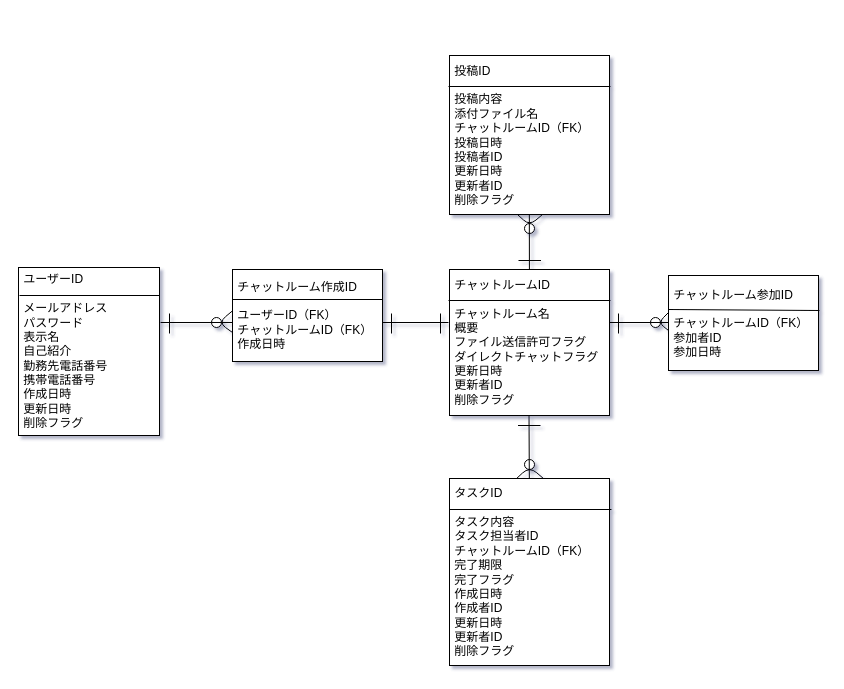
This is db/db-challenge1/erd.drawio from 39nina/quelcode-db, a draw.io file, before an edit. Source tidied: cells renumbered, new cells numbered last; positions are measured from the earlier drawing's top-left corner, leaving out a move shared by most shapes. Both pictures are drawn from the tidied source at 100%, with x=0, y=0 at pixel (18, 55).
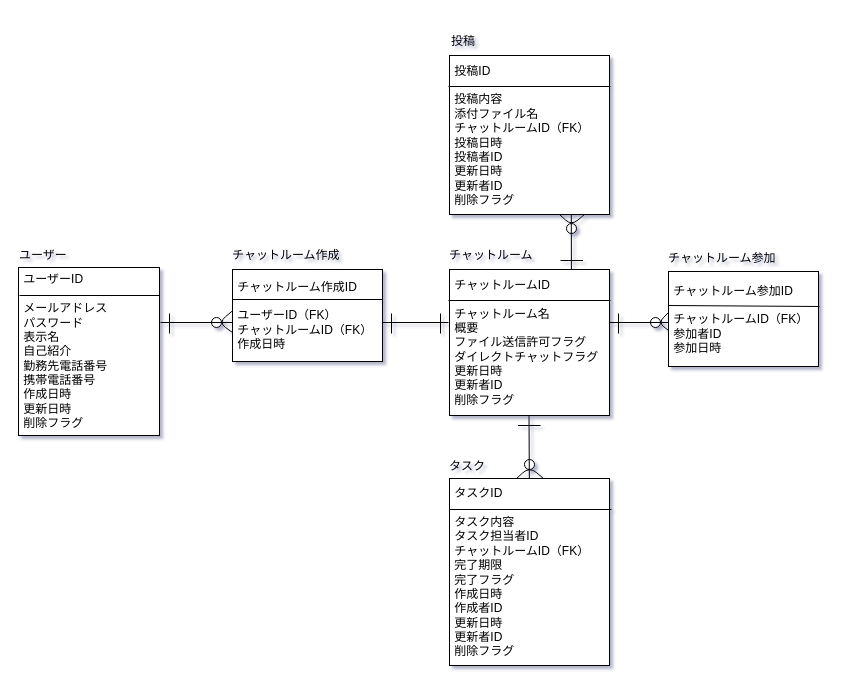
The same page after the edit.

Commit message:
テーブル名追加

Unchanged cells that the change refers to:
```xml
<mxCell id="11" value="&amp;nbsp;投稿ID&lt;br&gt;&lt;br&gt;&amp;nbsp;投稿内容&lt;br&gt;&amp;nbsp;添付ファイル名&lt;br&gt;&amp;nbsp;チャットルームID（FK）&lt;br&gt;&amp;nbsp;投稿日時&lt;br&gt;&amp;nbsp;投稿者ID&lt;br&gt;&amp;nbsp;更新日時&lt;br&gt;&amp;nbsp;更新者ID&lt;br&gt;&amp;nbsp;削除フラグ" style="rounded=0;whiteSpace=wrap;html=1;align=left;" parent="1" vertex="1">
  <mxGeometry x="431" width="160" height="159" as="geometry" />
</mxCell>
<mxCell id="14" value="&amp;nbsp;チャットルームID&lt;br&gt;&lt;br&gt;&amp;nbsp;チャットルーム名&lt;br&gt;&amp;nbsp;概要&lt;br&gt;&amp;nbsp;ファイル送信許可フラグ&lt;br&gt;&amp;nbsp;ダイレクトチャットフラグ&lt;br&gt;&amp;nbsp;更新日時&lt;br&gt;&amp;nbsp;更新者ID&lt;br&gt;&amp;nbsp;削除フラグ" style="rounded=0;whiteSpace=wrap;html=1;align=left;" parent="1" vertex="1">
  <mxGeometry x="431" y="214" width="160" height="146" as="geometry" />
</mxCell>
```

Change to the diagram source:
```diff
@@
     <mxCell id="2" style="ellipse;whiteSpace=wrap;html=1;" parent="1" vertex="1">
-      <mxGeometry x="506" y="168" width="10" height="10" as="geometry" />
+      <mxGeometry x="548" y="168" width="10" height="10" as="geometry" />
     </mxCell>
@@
     <mxCell id="15" value="&amp;nbsp;チャットルーム参加ID&lt;br&gt;&lt;br&gt;&amp;nbsp;チャットルームID（FK）&lt;br&gt;&amp;nbsp;参加者ID&lt;br&gt;&amp;nbsp;参加日時" style="rounded=0;whiteSpace=wrap;html=1;align=left;" parent="1" vertex="1">
-      <mxGeometry x="650" y="220" width="150" height="95" as="geometry" />
+      <mxGeometry x="650" y="216" width="150" height="95" as="geometry" />
     </mxCell>
@@
     <mxCell id="19" style="endArrow=none;html=1;" parent="1" edge="1">
       <mxGeometry relative="1" as="geometry">
-        <mxPoint x="650" y="254" as="sourcePoint" />
-        <mxPoint x="801" y="255" as="targetPoint" />
+        <mxPoint x="650" y="250" as="sourcePoint" />
+        <mxPoint x="801" y="251" as="targetPoint" />
       </mxGeometry>
     </mxCell>
@@
     <mxCell id="23" style="endArrow=none;html=1;" parent="1" edge="1">
       <mxGeometry relative="1" as="geometry">
-        <mxPoint x="524" y="159" as="sourcePoint" />
-        <mxPoint x="499" y="159" as="targetPoint" />
+        <mxPoint x="566" y="159" as="sourcePoint" />
+        <mxPoint x="541" y="159" as="targetPoint" />
         <Array as="points">
-          <mxPoint x="511" y="170" />
+          <mxPoint x="553" y="170" />
         </Array>
       </mxGeometry>
     </mxCell>
@@
     <mxCell id="30" style="endArrow=none;html=1;" parent="1" edge="1">
       <mxGeometry relative="1" as="geometry">
-        <mxPoint x="522.5" y="205" as="sourcePoint" />
-        <mxPoint x="500" y="205" as="targetPoint" />
+        <mxPoint x="564.5" y="205" as="sourcePoint" />
+        <mxPoint x="542" y="205" as="targetPoint" />
       </mxGeometry>
     </mxCell>
@@
-    <mxCell id="32" style="endArrow=none;html=1;entryX=0.499;entryY=1.001;entryDx=0;entryDy=0;entryPerimeter=0;" parent="1" edge="1" source="14" target="11">
-      <mxGeometry relative="1" as="geometry" />
+    <mxCell id="32" style="endArrow=none;html=1;entryX=0.499;entryY=1.001;entryDx=0;entryDy=0;entryPerimeter=0;" parent="1" edge="1">
+      <mxGeometry relative="1" as="geometry">
+        <mxPoint x="552.9" y="214" as="sourcePoint" />
+        <mxPoint x="552.8" y="159.2" as="targetPoint" />
+      </mxGeometry>
     </mxCell>
+    <mxCell id="33" value="&lt;font style=&quot;font-size: 12px&quot;&gt;チャットルーム作成&lt;/font&gt;" style="text;strokeColor=none;fillColor=none;html=1;fontSize=24;fontStyle=0;verticalAlign=middle;align=left;" parent="1" vertex="1">
+      <mxGeometry x="212" y="176" width="100" height="40" as="geometry" />
+    </mxCell>
+    <mxCell id="34" value="&lt;font style=&quot;font-size: 12px&quot;&gt;ユーザー&lt;/font&gt;" style="text;strokeColor=none;fillColor=none;html=1;fontSize=24;fontStyle=0;verticalAlign=middle;align=left;" parent="1" vertex="1">
+      <mxGeometry x="-1" y="176" width="100" height="40" as="geometry" />
+    </mxCell>
+    <mxCell id="35" value="&lt;font style=&quot;font-size: 12px&quot;&gt;投稿&lt;/font&gt;" style="text;strokeColor=none;fillColor=none;html=1;fontSize=24;fontStyle=0;verticalAlign=middle;align=left;" parent="1" vertex="1">
+      <mxGeometry x="431" y="-38" width="100" height="40" as="geometry" />
+    </mxCell>
+    <mxCell id="36" value="&lt;font style=&quot;font-size: 12px&quot;&gt;チャットルーム&lt;/font&gt;" style="text;strokeColor=none;fillColor=none;html=1;fontSize=24;fontStyle=0;verticalAlign=middle;align=left;" parent="1" vertex="1">
+      <mxGeometry x="429" y="176" width="100" height="40" as="geometry" />
+    </mxCell>
+    <mxCell id="37" value="&lt;font style=&quot;font-size: 12px&quot;&gt;チャットルーム参加&lt;/font&gt;" style="text;strokeColor=none;fillColor=none;html=1;fontSize=24;fontStyle=0;verticalAlign=middle;align=left;" parent="1" vertex="1">
+      <mxGeometry x="648" y="179" width="100" height="40" as="geometry" />
+    </mxCell>
+    <mxCell id="38" value="&lt;font style=&quot;font-size: 12px&quot;&gt;タスク&lt;/font&gt;" style="text;strokeColor=none;fillColor=none;html=1;fontSize=24;fontStyle=0;verticalAlign=middle;align=left;" parent="1" vertex="1">
+      <mxGeometry x="429" y="387" width="100" height="40" as="geometry" />
+    </mxCell>
```
